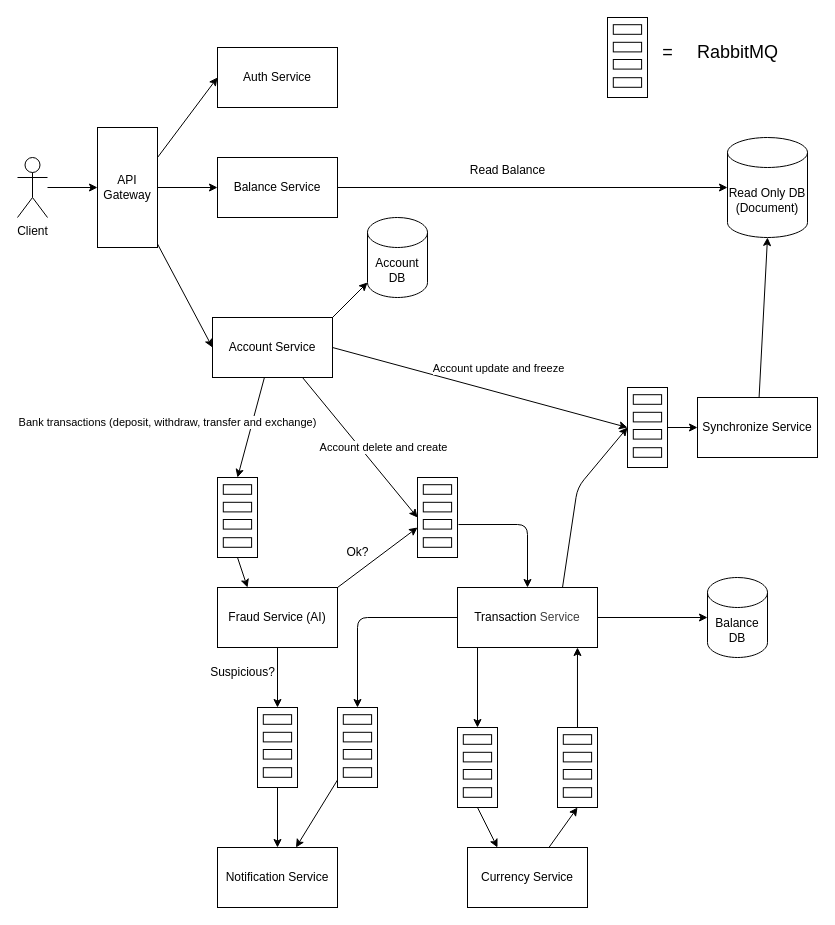
The draw.io diagram docs/architecture/system_architecture v2.drawio in Team-HABO/habo-banking, before the edit. Source tidied: cells renumbered, new cells numbered last; positions are measured from the earlier drawing's top-left corner, leaving out a move shared by most shapes. Both pictures are drawn from the tidied source at 100%, with x=0, y=0 at pixel (17, 17).
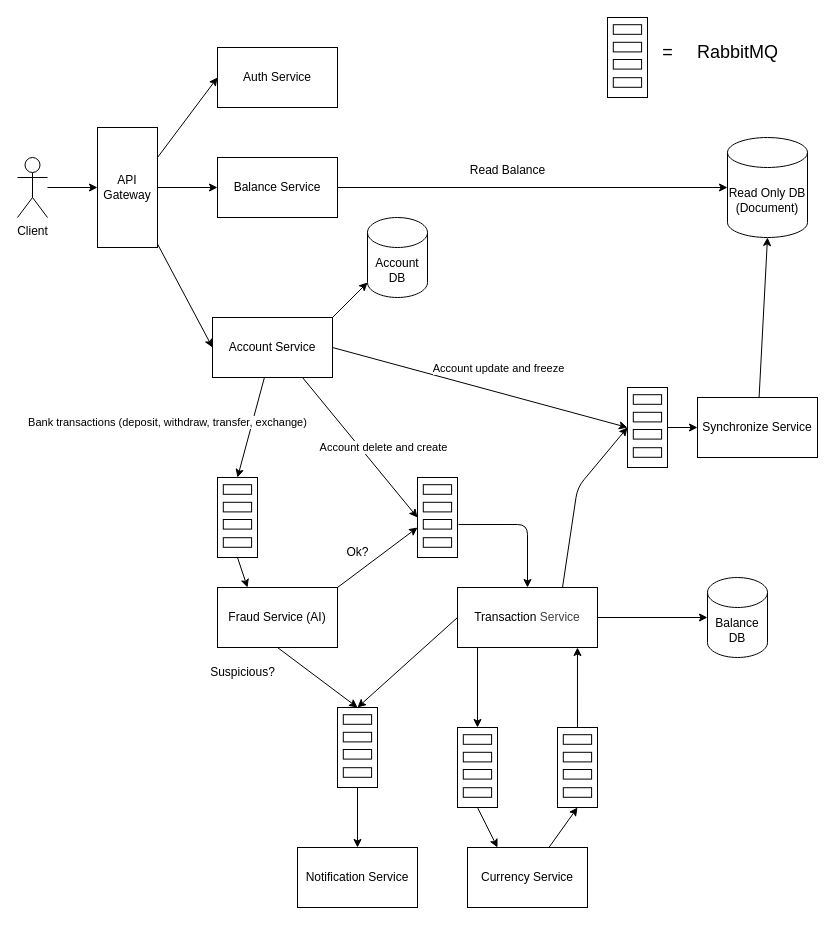
After the change.

Unchanged cells that the change refers to:
```xml
<mxCell id="2" style="edgeStyle=none;html=1;entryX=0.5;entryY=0;entryDx=0;entryDy=0;" parent="1" edge="1" source="8" target="28">
  <mxGeometry relative="1" as="geometry" />
</mxCell>
<mxCell id="11" value="Transaction&amp;nbsp;&lt;span style=&quot;color: rgb(63, 63, 63); background-color: transparent;&quot;&gt;Service&lt;/span&gt;" style="rounded=0;whiteSpace=wrap;html=1;" parent="1" vertex="1">
  <mxGeometry x="440" y="570" width="140" height="60" as="geometry" />
</mxCell>
```

Diff of the diagram source:
```diff
@@
-    <mxCell id="3" value="&lt;span style=&quot;color: rgb(0, 0, 0);&quot;&gt;Bank transactions (deposit, withdraw, transfer and exchange)&lt;/span&gt;" style="edgeLabel;html=1;align=center;verticalAlign=middle;" parent="2" vertex="1">
+    <mxCell id="3" value="&lt;span style=&quot;color: rgb(0, 0, 0);&quot;&gt;Bank transactions (deposit, withdraw, transfer,&amp;nbsp;&lt;span style=&quot;color: rgb(0, 0, 0);&quot;&gt;exchange&lt;/span&gt;)&lt;/span&gt;" style="edgeLabel;html=1;align=center;verticalAlign=middle;" parent="2" vertex="1">
       <mxGeometry x="-0.01" y="1" relative="1" as="geometry">
         <mxPoint x="-85" y="-5" as="offset" />
       </mxGeometry>
     </mxCell>
@@
-    <mxCell id="9" style="edgeStyle=none;html=1;exitX=0;exitY=0.5;exitDx=0;exitDy=0;entryX=0.5;entryY=0;entryDx=0;entryDy=0;" parent="1" edge="1" source="11" target="52">
+    <mxCell id="9" style="edgeStyle=none;html=1;exitX=0;exitY=0.5;exitDx=0;exitDy=0;entryX=0.5;entryY=0;entryDx=0;entryDy=0;" parent="1" edge="1" source="11">
       <mxGeometry relative="1" as="geometry">
-        <Array as="points">
-          <mxPoint x="340" y="600" />
-        </Array>
+        <mxPoint x="340" y="690" as="targetPoint" />
       </mxGeometry>
     </mxCell>
@@
     <mxCell id="15" value="Notification Service" style="rounded=0;whiteSpace=wrap;html=1;" parent="1" vertex="1">
-      <mxGeometry x="200" y="830" width="120" height="60" as="geometry" />
+      <mxGeometry x="280" y="830" width="120" height="60" as="geometry" />
     </mxCell>
@@
     <mxCell id="33" style="group;" parent="1" vertex="1">
-      <mxGeometry x="240" y="690" width="40" height="80" as="geometry" />
+      <mxGeometry x="320" y="690" width="40" height="80" as="geometry" />
     </mxCell>
@@
-    <mxCell id="51" style="group;" parent="1" vertex="1">
-      <mxGeometry x="320" y="690" width="40" height="80" as="geometry" />
-    </mxCell>
-    <mxCell id="52" style="rounded=0;whiteSpace=wrap;html=1;" parent="51" vertex="1">
-      <mxGeometry width="40" height="80" as="geometry" />
-    </mxCell>
-    <mxCell id="53" style="rounded=0;whiteSpace=wrap;html=1;" parent="51" vertex="1">
-      <mxGeometry x="5.8" y="7.2" width="28.3" height="9.6" as="geometry" />
-    </mxCell>
-    <mxCell id="54" style="rounded=0;whiteSpace=wrap;html=1;" parent="51" vertex="1">
-      <mxGeometry x="5.8" y="24.8" width="28.3" height="9.6" as="geometry" />
-    </mxCell>
-    <mxCell id="55" style="rounded=0;whiteSpace=wrap;html=1;" parent="51" vertex="1">
-      <mxGeometry x="5.8" y="42" width="28.3" height="9.6" as="geometry" />
-    </mxCell>
-    <mxCell id="56" style="rounded=0;whiteSpace=wrap;html=1;" parent="51" vertex="1">
-      <mxGeometry x="5.8" y="60.2" width="28.3" height="9.6" as="geometry" />
-    </mxCell>
@@
-    <mxCell id="72" style="edgeStyle=none;html=1;" parent="1" edge="1" source="52" target="15">
-      <mxGeometry relative="1" as="geometry" />
-    </mxCell>
```
